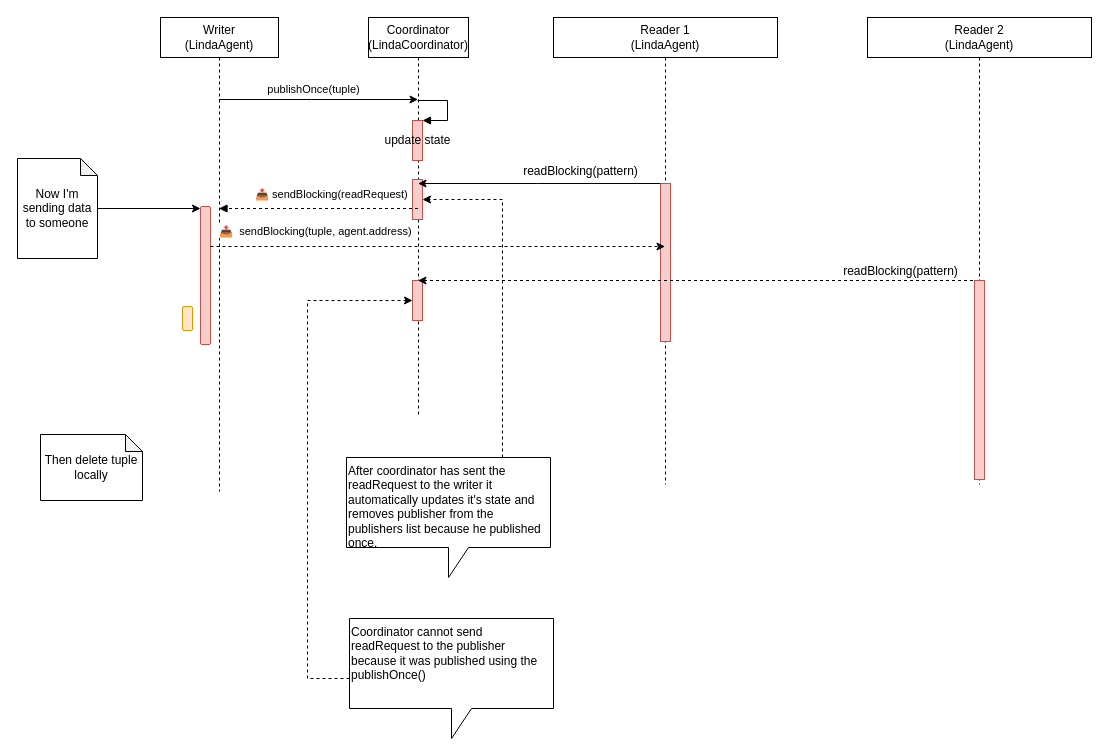
This is page "Read and delete" (4 of 5) of images/diagram.drawio from pochka15/linda, a draw.io file, before an edit. Source tidied: cells renumbered, new cells numbered last; positions are measured from the earlier drawing's top-left corner, leaving out a move shared by most shapes. Both pictures are drawn from the tidied source at 100%, with x=0, y=0 at pixel (17, 17).
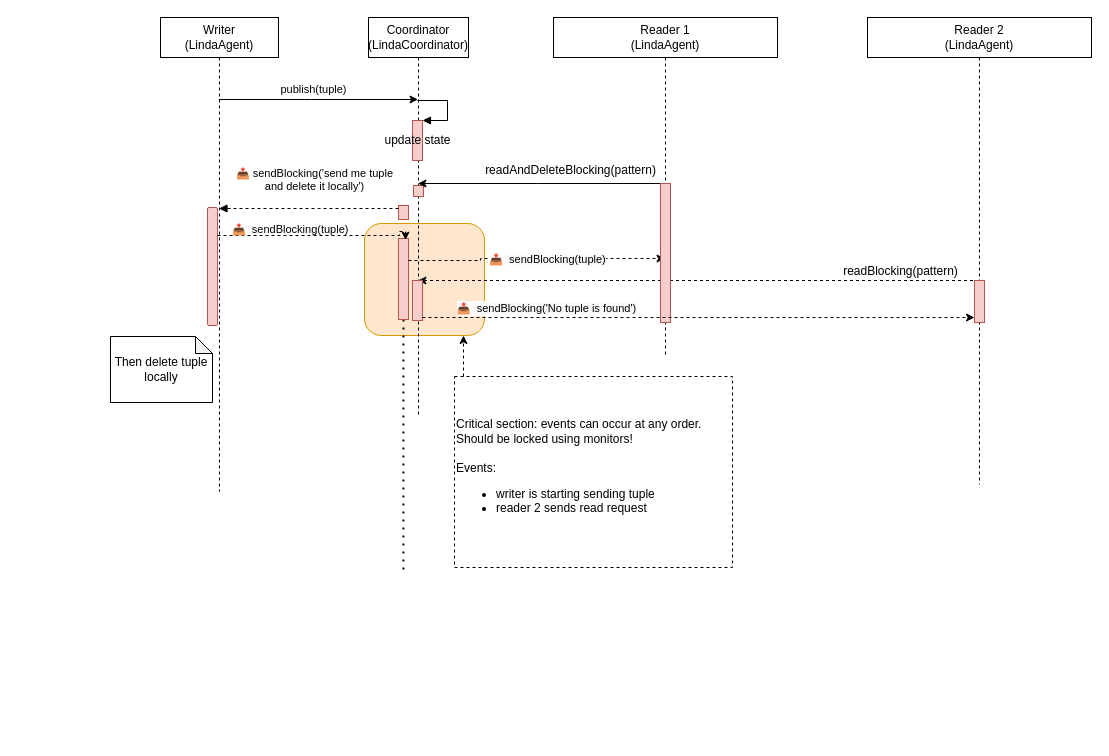
Above is the later version.

The change refers to these unchanged cells:
```xml
<mxCell id="2" value="Coordinator (LindaCoordinator)" style="shape=umlLifeline;perimeter=lifelinePerimeter;whiteSpace=wrap;html=1;outlineConnect=0;" parent="1" vertex="1">
  <mxGeometry x="351" width="100" height="400" as="geometry" />
</mxCell>
<mxCell id="6" style="html=1;points=[];perimeter=orthogonalPerimeter;fillColor=#f8cecc;strokeColor=#b85450;" parent="2" vertex="1">
  <mxGeometry x="44" y="263" width="10" height="40" as="geometry" />
</mxCell>
<mxCell id="8" value="Writer&lt;br&gt;(LindaAgent)" style="shape=umlLifeline;perimeter=lifelinePerimeter;whiteSpace=wrap;html=1;outlineConnect=0;" parent="1" vertex="1">
  <mxGeometry x="143" width="118" height="474" as="geometry" />
</mxCell>
<mxCell id="17" value="Reader 2&lt;br&gt;(LindaAgent)" style="shape=umlLifeline;perimeter=lifelinePerimeter;whiteSpace=wrap;html=1;outlineConnect=0;" parent="1" vertex="1">
  <mxGeometry x="850" width="224" height="467" as="geometry" />
</mxCell>
```

Change to the diagram source:
```diff
@@
+    <mxCell id="26" style="rounded=1;whiteSpace=wrap;html=1;fontSize=12;fillColor=#ffe6cc;strokeColor=#d79b00;" parent="1" vertex="1">
+      <mxGeometry x="347" y="206" width="120" height="112" as="geometry" />
+    </mxCell>
+    <mxCell id="16" value="&lt;span style=&quot;color: rgb(0, 0, 0); font-family: helvetica; font-size: 12px; font-style: normal; font-weight: 400; letter-spacing: normal; text-align: left; text-indent: 0px; text-transform: none; word-spacing: 0px; background-color: rgb(255, 255, 255); display: inline; float: none;&quot;&gt;readBlocking(pattern)&lt;/span&gt;" style="edgeStyle=orthogonalEdgeStyle;rounded=0;jettySize=auto;html=1;dashed=1;labelBackgroundColor=#FFFFFF;" parent="1" edge="1" source="17" target="2">
+      <mxGeometry x="-0.72" y="-9" relative="1" as="geometry">
+        <Array as="points">
+          <mxPoint x="808" y="263" />
+          <mxPoint x="808" y="263" />
+        </Array>
+      </mxGeometry>
+    </mxCell>
+    <mxCell id="27" style="endArrow=none;dashed=1;html=1;dashPattern=1 3;strokeWidth=2;rounded=0;labelBackgroundColor=#FFFFFF;fontSize=12;fontColor=#000000;" parent="1" edge="1">
+      <mxGeometry relative="1" as="geometry">
+        <mxPoint x="386" y="552" as="sourcePoint" />
+        <mxPoint x="386" y="222" as="targetPoint" />
+      </mxGeometry>
+    </mxCell>
@@
     <mxCell id="5" style="html=1;points=[];perimeter=orthogonalPerimeter;fillColor=#f8cecc;strokeColor=#b85450;" parent="2" vertex="1">
-      <mxGeometry x="44" y="162" width="10" height="40" as="geometry" />
+      <mxGeometry x="30" y="188" width="10" height="14" as="geometry" />
     </mxCell>
@@
+    <mxCell id="28" style="html=1;points=[];perimeter=orthogonalPerimeter;fillColor=#f8cecc;strokeColor=#b85450;" parent="2" vertex="1">
+      <mxGeometry x="30" y="221" width="10" height="81" as="geometry" />
+    </mxCell>
+    <mxCell id="29" style="html=1;perimeter=orthogonalPerimeter;fillColor=#f8cecc;strokeColor=#b85450;" parent="2" vertex="1">
+      <mxGeometry x="45" y="168" width="10" height="11" as="geometry" />
+    </mxCell>
+    <mxCell id="30" style="edgeStyle=orthogonalEdgeStyle;rounded=0;jettySize=auto;html=1;dashed=1;labelBackgroundColor=#FFFFFF;fontSize=12;fontColor=#000000;" parent="2" edge="1" target="12">
+      <mxGeometry relative="1" as="geometry">
+        <mxPoint x="40" y="243" as="sourcePoint" />
+        <Array as="points">
+          <mxPoint x="112" y="243" />
+          <mxPoint x="112" y="241" />
+        </Array>
+      </mxGeometry>
+    </mxCell>
+    <mxCell id="31" value="&lt;span style=&quot;font-family: &amp;#34;helvetica&amp;#34; ; font-size: 11px&quot;&gt;📤&amp;nbsp;&lt;/span&gt;&lt;span style=&quot;text-align: left ; background-color: rgb(248 , 249 , 250) ; font-size: 11px ; font-family: &amp;#34;helvetica&amp;#34;&quot;&gt;&amp;nbsp;sendBlocking(tuple)&lt;/span&gt;" style="edgeLabel;html=1;align=center;verticalAlign=middle;fontSize=12;fontColor=#000000;" parent="30" vertex="1">
+      <mxGeometry x="0.08" relative="1" as="geometry" />
+    </mxCell>
-    <mxCell id="7" value="publishOnce(tuple)" style="edgeStyle=orthogonalEdgeStyle;rounded=0;jettySize=auto;html=1;" parent="1" edge="1" source="8" target="2">
+    <mxCell id="7" value="publish(tuple)" style="edgeStyle=orthogonalEdgeStyle;rounded=0;jettySize=auto;html=1;" parent="1" edge="1" source="8" target="2">
       <mxGeometry x="-0.06" y="10" relative="1" as="geometry">
         <Array as="points">
           <mxPoint x="294" y="82" />
           <mxPoint x="294" y="82" />
         </Array>
       </mxGeometry>
     </mxCell>
@@
     <mxCell id="9" style="rounded=1;whiteSpace=wrap;html=1;fillColor=#f8cecc;strokeColor=#b85450;" parent="8" vertex="1">
-      <mxGeometry x="40" y="189" width="10" height="138" as="geometry" />
+      <mxGeometry x="47" y="190" width="10" height="118" as="geometry" />
     </mxCell>
-    <mxCell id="10" style="rounded=1;whiteSpace=wrap;html=1;fillColor=#ffe6cc;strokeColor=#d79b00;" parent="8" vertex="1">
-      <mxGeometry x="22" y="289" width="10" height="24" as="geometry" />
-    </mxCell>
+    <mxCell id="19" value="Then delete tuple locally" style="shape=note;whiteSpace=wrap;html=1;backgroundOutline=1;darkOpacity=0.05;size=17;" parent="8" vertex="1">
+      <mxGeometry x="-50" y="319" width="102" height="66" as="geometry" />
+    </mxCell>
-    <mxCell id="11" value="&lt;span style=&quot;font-size: 12px ; text-align: left&quot;&gt;readBlocking(pattern)&lt;/span&gt;" style="edgeStyle=orthogonalEdgeStyle;rounded=0;jettySize=auto;html=1;labelBackgroundColor=#FFFFFF;" parent="1" edge="1" source="12" target="2">
-      <mxGeometry x="-0.31" y="-12" relative="1" as="geometry">
+    <mxCell id="11" value="&lt;span style=&quot;font-size: 12px ; text-align: left&quot;&gt;readAndDeleteBlocking(pattern)&lt;/span&gt;" style="edgeStyle=orthogonalEdgeStyle;rounded=0;jettySize=auto;html=1;labelBackgroundColor=#FFFFFF;" parent="1" edge="1" source="12" target="2">
+      <mxGeometry x="-0.23" y="-13" relative="1" as="geometry">
         <Array as="points">
           <mxPoint x="520" y="166" />
           <mxPoint x="520" y="166" />
         </Array>
       </mxGeometry>
     </mxCell>
     <mxCell id="12" value="Reader 1&lt;br&gt;(LindaAgent)" style="shape=umlLifeline;perimeter=lifelinePerimeter;whiteSpace=wrap;html=1;outlineConnect=0;" parent="1" vertex="1">
-      <mxGeometry x="536" width="224" height="467" as="geometry" />
+      <mxGeometry x="536" width="224" height="340" as="geometry" />
     </mxCell>
     <mxCell id="13" style="html=1;perimeter=orthogonalPerimeter;fillColor=#f8cecc;strokeColor=#b85450;" parent="12" vertex="1">
-      <mxGeometry x="107" y="166" width="10" height="158" as="geometry" />
+      <mxGeometry x="107" y="166" width="10" height="139" as="geometry" />
     </mxCell>
-    <mxCell id="14" style="edgeStyle=orthogonalEdgeStyle;rounded=0;jettySize=auto;html=1;labelBackgroundColor=#CCFFCC;" parent="1" edge="1" source="15" target="9">
-      <mxGeometry relative="1" as="geometry">
-        <Array as="points">
-          <mxPoint x="39" y="192" />
-        </Array>
-      </mxGeometry>
-    </mxCell>
-    <mxCell id="15" value="Now I'm sending data to someone" style="shape=note;whiteSpace=wrap;html=1;backgroundOutline=1;darkOpacity=0.05;size=17;" parent="1" vertex="1">
-      <mxGeometry y="141" width="80" height="100" as="geometry" />
-    </mxCell>
-    <mxCell id="16" value="&lt;span style=&quot;color: rgb(0, 0, 0); font-family: helvetica; font-size: 12px; font-style: normal; font-weight: 400; letter-spacing: normal; text-align: left; text-indent: 0px; text-transform: none; word-spacing: 0px; background-color: rgb(255, 255, 255); display: inline; float: none;&quot;&gt;readBlocking(pattern)&lt;/span&gt;" style="edgeStyle=orthogonalEdgeStyle;rounded=0;jettySize=auto;html=1;dashed=1;labelBackgroundColor=#FFFFFF;" parent="1" edge="1" source="17" target="2">
-      <mxGeometry x="-0.72" y="-9" relative="1" as="geometry">
-        <Array as="points">
-          <mxPoint x="808" y="263" />
-          <mxPoint x="808" y="263" />
-        </Array>
-      </mxGeometry>
-    </mxCell>
+    <mxCell id="32" value="Critical section: events can occur at any order. Should be locked using monitors!&lt;br&gt;&lt;br&gt;Events:&lt;br&gt;&lt;ul&gt;&lt;li&gt;writer is starting sending tuple&lt;/li&gt;&lt;li&gt;reader 2 sends read request&lt;/li&gt;&lt;/ul&gt;" style="text;html=1;strokeColor=default;fillColor=none;align=left;verticalAlign=middle;whiteSpace=wrap;rounded=0;fontSize=12;fontColor=#000000;dashed=1;" parent="12" vertex="1">
+      <mxGeometry x="-99" y="359" width="278" height="191" as="geometry" />
+    </mxCell>
@@
     <mxCell id="18" style="html=1;points=[];perimeter=orthogonalPerimeter;fillColor=#f8cecc;strokeColor=#b85450;" parent="17" vertex="1">
-      <mxGeometry x="107" y="263" width="10" height="199" as="geometry" />
+      <mxGeometry x="107" y="263" width="10" height="42" as="geometry" />
     </mxCell>
-    <mxCell id="19" value="Then delete tuple locally" style="shape=note;whiteSpace=wrap;html=1;backgroundOutline=1;darkOpacity=0.05;size=17;" parent="1" vertex="1">
-      <mxGeometry x="23" y="417" width="102" height="66" as="geometry" />
-    </mxCell>
-    <mxCell id="20" value="📤 sendBlocking(readRequest)" style="html=1;verticalAlign=bottom;endArrow=block;rounded=0;dashed=1;" parent="1" edge="1" source="2" target="8">
-      <mxGeometry x="-0.13" y="-5" relative="1" as="geometry">
+    <mxCell id="20" value="📤 sendBlocking('send me tuple&lt;br&gt;and delete it locally')" style="html=1;verticalAlign=bottom;endArrow=block;rounded=0;dashed=1;" parent="1" edge="1" source="5" target="8">
+      <mxGeometry x="-0.06" y="-13" relative="1" as="geometry">
         <Array as="points">
           <mxPoint x="301" y="191" />
         </Array>
       </mxGeometry>
     </mxCell>
-    <mxCell id="21" value="&lt;span style=&quot;color: rgb(0, 0, 0); font-family: helvetica; font-size: 11px; font-style: normal; font-weight: 400; letter-spacing: normal; text-align: center; text-indent: 0px; text-transform: none; word-spacing: 0px; background-color: rgb(255, 255, 255); display: inline; float: none;&quot;&gt;📤&amp;nbsp;&lt;/span&gt;&lt;span style=&quot;color: rgb(0, 0, 0); font-size: 11px; font-style: normal; font-weight: 400; letter-spacing: normal; text-indent: 0px; text-transform: none; word-spacing: 0px; text-align: left; font-family: helvetica;&quot;&gt;&amp;nbsp;sendBlocking(tuple, agent.address)&lt;/span&gt;" style="edgeStyle=orthogonalEdgeStyle;rounded=0;jettySize=auto;html=1;dashed=1;labelBackgroundColor=#FFFFFF;" parent="1" edge="1" source="9" target="12">
-      <mxGeometry x="-0.54" y="15" relative="1" as="geometry">
-        <Array as="points">
-          <mxPoint x="292" y="229" />
-          <mxPoint x="292" y="229" />
-        </Array>
-      </mxGeometry>
-    </mxCell>
-    <mxCell id="22" style="edgeStyle=orthogonalEdgeStyle;rounded=0;jettySize=auto;html=1;dashed=1;labelBackgroundColor=#FFFFFF;" parent="1" edge="1" source="23" target="6">
-      <mxGeometry relative="1" as="geometry">
-        <Array as="points">
-          <mxPoint x="290" y="661" />
-          <mxPoint x="290" y="283" />
-        </Array>
-      </mxGeometry>
-    </mxCell>
-    <mxCell id="23" value="Coordinator cannot send readRequest to the publisher because it was published using the publishOnce()" style="shape=callout;whiteSpace=wrap;html=1;perimeter=calloutPerimeter;align=left;verticalAlign=top;" parent="1" vertex="1">
-      <mxGeometry x="332" y="601" width="204" height="120" as="geometry" />
-    </mxCell>
-    <mxCell id="24" style="edgeStyle=orthogonalEdgeStyle;rounded=0;jettySize=auto;html=1;dashed=1;labelBackgroundColor=#FFFFFF;" parent="1" edge="1" source="25" target="5">
-      <mxGeometry relative="1" as="geometry">
-        <Array as="points">
-          <mxPoint x="485" y="182" />
-        </Array>
-      </mxGeometry>
-    </mxCell>
-    <mxCell id="25" value="After coordinator has sent the readRequest to the writer it automatically updates it's state and removes publisher from the publishers list because he published once." style="shape=callout;whiteSpace=wrap;html=1;perimeter=calloutPerimeter;align=left;verticalAlign=top;" parent="1" vertex="1">
-      <mxGeometry x="329" y="440" width="204" height="120" as="geometry" />
-    </mxCell>
+    <mxCell id="33" style="edgeStyle=orthogonalEdgeStyle;rounded=0;jettySize=auto;html=1;dashed=1;labelBackgroundColor=#FFFFFF;fontSize=12;fontColor=#000000;entryX=0.7;entryY=0.02;entryDx=0;entryDy=0;entryPerimeter=0;" parent="1" edge="1" source="9" target="28">
+      <mxGeometry relative="1" as="geometry">
+        <Array as="points">
+          <mxPoint x="382" y="218" />
+          <mxPoint x="382" y="214" />
+        </Array>
+      </mxGeometry>
+    </mxCell>
+    <mxCell id="34" value="&lt;span style=&quot;color: rgb(0, 0, 0); font-family: helvetica; font-size: 11px; font-style: normal; font-weight: 400; letter-spacing: normal; text-align: center; text-indent: 0px; text-transform: none; word-spacing: 0px; background-color: rgb(255, 255, 255); display: inline; float: none;&quot;&gt;📤&amp;nbsp;&lt;/span&gt;&lt;span style=&quot;color: rgb(0, 0, 0); font-size: 11px; font-style: normal; font-weight: 400; letter-spacing: normal; text-indent: 0px; text-transform: none; word-spacing: 0px; text-align: left; font-family: helvetica;&quot;&gt;&amp;nbsp;sendBlocking(tuple)&lt;/span&gt;" style="text;whiteSpace=wrap;html=1;fontSize=12;fontColor=#000000;" parent="1" vertex="1">
+      <mxGeometry x="213" y="198" width="134" height="29" as="geometry" />
+    </mxCell>
+    <mxCell id="35" style="edgeStyle=orthogonalEdgeStyle;rounded=0;jettySize=auto;html=1;dashed=1;labelBackgroundColor=#FFFFFF;fontSize=12;fontColor=#000000;" parent="1" edge="1" source="32" target="26">
+      <mxGeometry relative="1" as="geometry">
+        <Array as="points">
+          <mxPoint x="446" y="341" />
+          <mxPoint x="446" y="341" />
+        </Array>
+      </mxGeometry>
+    </mxCell>
+    <mxCell id="36" style="edgeStyle=orthogonalEdgeStyle;rounded=0;jettySize=auto;html=1;dashed=1;labelBackgroundColor=#FFFFFF;fontSize=12;fontColor=#000000;" parent="1" edge="1" source="6" target="18">
+      <mxGeometry relative="1" as="geometry">
+        <Array as="points">
+          <mxPoint x="554" y="300" />
+          <mxPoint x="554" y="300" />
+        </Array>
+      </mxGeometry>
+    </mxCell>
+    <mxCell id="37" value="&lt;span style=&quot;font-family: &amp;#34;helvetica&amp;#34; ; font-size: 11px&quot;&gt;📤&amp;nbsp;&lt;/span&gt;&lt;span style=&quot;text-align: left ; background-color: rgb(248 , 249 , 250) ; font-size: 11px ; font-family: &amp;#34;helvetica&amp;#34;&quot;&gt;&amp;nbsp;sendBlocking('No tuple is found')&lt;/span&gt;" style="edgeLabel;html=1;align=center;verticalAlign=middle;fontSize=12;fontColor=#000000;" parent="1" vertex="1">
+      <mxGeometry x="528" y="290" as="geometry" />
+    </mxCell>
```
